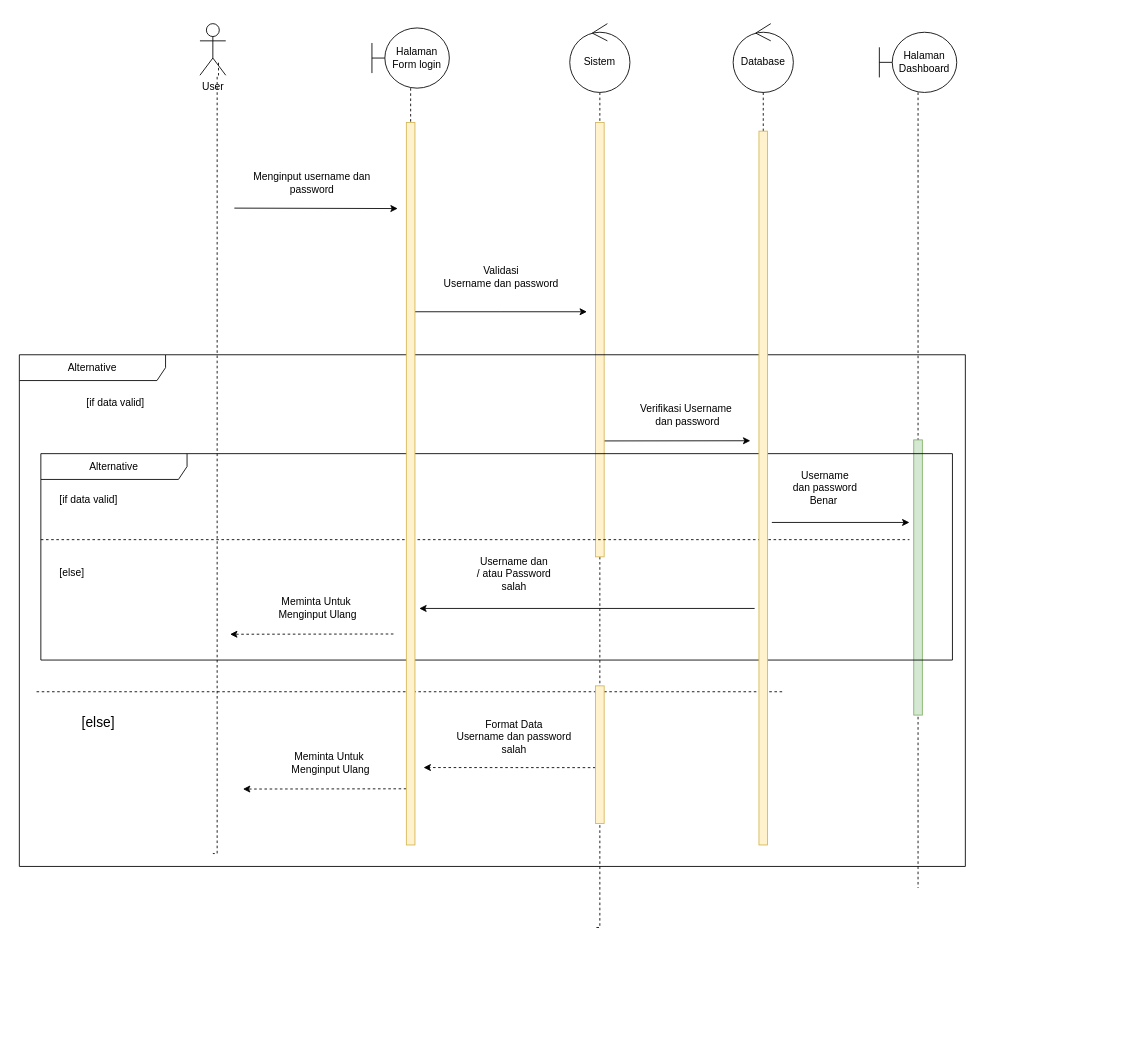
AriqFaridzki/SE-UTS-2023 keeps this draw.io diagram as page "Login" (9 of 31) of FIxed/Sequence Complete .drawio. Above is the earlier version. Source tidied: cells renumbered, new cells numbered last; positions are measured from the earlier drawing's top-left corner, leaving out a move shared by most shapes. Both pictures are drawn from the tidied source at 86%, with x=0, y=0 at pixel (19, 23).
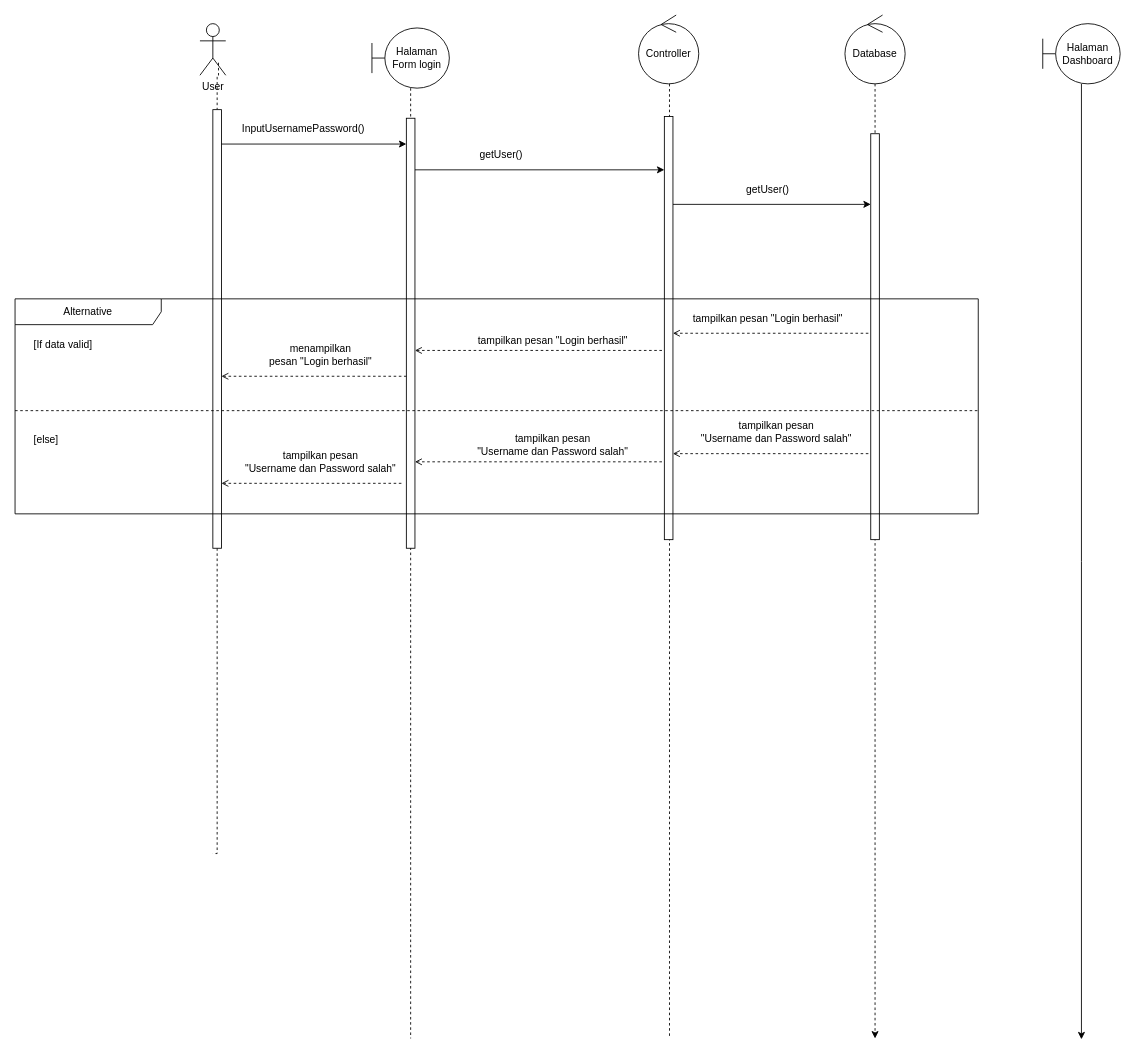
Above is the later version.

Unchanged cells that the change refers to:
```xml
<mxCell id="4" value="User" style="shape=umlActor;verticalLabelPosition=bottom;verticalAlign=top;html=1;" parent="1" vertex="1">
  <mxGeometry x="210" width="30" height="60" as="geometry" />
</mxCell>
<mxCell id="5" value="Halaman&lt;br&gt;Form login" style="shape=umlBoundary;whiteSpace=wrap;html=1;" parent="1" vertex="1">
  <mxGeometry x="410" y="5" width="90" height="70" as="geometry" />
</mxCell>
```

Diff of the diagram source:
```diff
@@
-    <mxCell id="2" style="edgeStyle=orthogonalEdgeStyle;rounded=0;jettySize=auto;html=1;endArrow=none;endFill=0;dashed=1;" parent="1" edge="1" source="6">
+    <mxCell id="2" style="edgeStyle=orthogonalEdgeStyle;rounded=0;jettySize=auto;html=1;endArrow=none;endFill=0;dashed=1;exitX=0.514;exitY=1;exitDx=0;exitDy=0;exitPerimeter=0;" parent="1" edge="1" source="6">
       <mxGeometry x="230" y="150" relative="1" as="geometry">
-        <mxPoint x="669" y="1051" as="targetPoint" />
+        <mxPoint x="756" y="1180" as="targetPoint" />
         <Array as="points">
-          <mxPoint x="675" y="1051" />
+          <mxPoint x="756" y="1131" />
         </Array>
       </mxGeometry>
     </mxCell>
-    <mxCell id="3" style="edgeStyle=orthogonalEdgeStyle;rounded=0;jettySize=auto;html=1;endArrow=none;endFill=0;dashed=1;exitX=0.719;exitY=0.757;exitDx=0;exitDy=0;exitPerimeter=0;" parent="1" edge="1" source="4">
+    <mxCell id="3" style="edgeStyle=orthogonalEdgeStyle;rounded=0;jettySize=auto;html=1;endArrow=none;endFill=0;dashed=1;exitX=0.719;exitY=0.757;exitDx=0;exitDy=0;exitPerimeter=0;" parent="1" edge="1" source="47">
       <mxGeometry relative="1" as="geometry">
         <mxPoint x="225" y="965" as="targetPoint" />
         <Array as="points">
-          <mxPoint x="232" y="60" />
-          <mxPoint x="230" y="60" />
           <mxPoint x="230" y="965" />
         </Array>
       </mxGeometry>
     </mxCell>
@@
+    <mxCell id="43" style="edgeStyle=orthogonalEdgeStyle;rounded=0;jettySize=auto;html=1;endArrow=none;endFill=0;dashed=1;" parent="1" edge="1" source="5">
+      <mxGeometry relative="1" as="geometry">
+        <mxPoint x="455" y="1180" as="targetPoint" />
+      </mxGeometry>
+    </mxCell>
@@
-    <mxCell id="6" value="Sistem" style="ellipse;shape=umlControl;whiteSpace=wrap;html=1;" parent="1" vertex="1">
-      <mxGeometry x="640" width="70" height="80" as="geometry" />
+    <mxCell id="6" value="Controller" style="ellipse;shape=umlControl;whiteSpace=wrap;html=1;" parent="1" vertex="1">
+      <mxGeometry x="720" y="-10" width="70" height="80" as="geometry" />
     </mxCell>
+    <mxCell id="44" style="edgeStyle=orthogonalEdgeStyle;rounded=0;jettySize=auto;html=1;dashed=1;" parent="1" edge="1" source="7">
+      <mxGeometry relative="1" as="geometry">
+        <mxPoint x="995" y="1180" as="targetPoint" />
+      </mxGeometry>
+    </mxCell>
     <mxCell id="7" value="Database" style="ellipse;shape=umlControl;whiteSpace=wrap;html=1;" parent="1" vertex="1">
-      <mxGeometry x="830" width="70" height="80" as="geometry" />
+      <mxGeometry x="960" y="-10" width="70" height="80" as="geometry" />
     </mxCell>
-    <mxCell id="8" style="edgeStyle=orthogonalEdgeStyle;rounded=0;jettySize=auto;html=1;endArrow=none;endFill=0;dashed=1;" parent="1" edge="1" source="9">
-      <mxGeometry relative="1" as="geometry">
-        <mxPoint x="1045" y="1005" as="targetPoint" />
-      </mxGeometry>
-    </mxCell>
+    <mxCell id="45" style="edgeStyle=orthogonalEdgeStyle;rounded=0;jettySize=auto;html=1;" parent="1" edge="1" source="9">
+      <mxGeometry relative="1" as="geometry">
+        <mxPoint x="1235" y="1181" as="targetPoint" />
+      </mxGeometry>
+    </mxCell>
     <mxCell id="9" value="Halaman&lt;br&gt;Dashboard" style="shape=umlBoundary;whiteSpace=wrap;html=1;" parent="1" vertex="1">
-      <mxGeometry x="1000" y="10" width="90" height="70" as="geometry" />
+      <mxGeometry x="1190" width="90" height="70" as="geometry" />
     </mxCell>
-    <mxCell id="10" style="edgeStyle=elbowEdgeStyle;rounded=0;orthogonalLoop=1;jettySize=auto;html=1;elbow=vertical;curved=0;" parent="1" edge="1">
-      <mxGeometry relative="1" as="geometry">
-        <mxPoint x="250" y="214.5" as="sourcePoint" />
-        <mxPoint x="440" y="215" as="targetPoint" />
-      </mxGeometry>
-    </mxCell>
-    <mxCell id="11" value="Menginput username dan &lt;br&gt;password" style="text;html=1;align=center;verticalAlign=middle;strokeColor=none;fillColor=none;" parent="1" vertex="1">
-      <mxGeometry x="260" y="165" width="160" height="40" as="geometry" />
-    </mxCell>
-    <mxCell id="12" value="Validasi &lt;br&gt;Username dan password" style="text;html=1;align=center;verticalAlign=middle;strokeColor=none;fillColor=none;" parent="1" vertex="1">
-      <mxGeometry x="480" y="275" width="160" height="40" as="geometry" />
-    </mxCell>
-    <mxCell id="13" style="edgeStyle=elbowEdgeStyle;rounded=0;jettySize=auto;html=1;elbow=vertical;curved=0;" parent="1" edge="1" source="42">
-      <mxGeometry relative="1" as="geometry">
-        <mxPoint x="660" y="335" as="targetPoint" />
-      </mxGeometry>
-    </mxCell>
-    <mxCell id="14" style="edgeStyle=elbowEdgeStyle;rounded=0;orthogonalLoop=1;jettySize=auto;html=1;elbow=vertical;curved=0;" parent="1" edge="1">
-      <mxGeometry relative="1" as="geometry">
-        <mxPoint x="680" y="485.2" as="sourcePoint" />
-        <mxPoint x="850" y="485.6" as="targetPoint" />
-      </mxGeometry>
-    </mxCell>
-    <mxCell id="15" style="html=1;perimeter=orthogonalPerimeter;targetShapes=umlLifeline;newEdgeStyle={&quot;edgeStyle&quot;:&quot;elbowEdgeStyle&quot;,&quot;elbow&quot;:&quot;vertical&quot;,&quot;curved&quot;:0,&quot;rounded&quot;:0};fillColor=#fff2cc;strokeColor=#d6b656;" parent="1" vertex="1">
-      <mxGeometry x="670" y="115" width="10" height="505" as="geometry" />
-    </mxCell>
-    <mxCell id="16" style="html=1;perimeter=orthogonalPerimeter;targetShapes=umlLifeline;newEdgeStyle={&quot;edgeStyle&quot;:&quot;elbowEdgeStyle&quot;,&quot;elbow&quot;:&quot;vertical&quot;,&quot;curved&quot;:0,&quot;rounded&quot;:0};fillColor=#d5e8d4;strokeColor=#82b366;" parent="1" vertex="1">
-      <mxGeometry x="1040" y="484" width="10" height="320" as="geometry" />
-    </mxCell>
-    <mxCell id="17" value="Alternative" style="shape=umlFrame;whiteSpace=wrap;html=1;width=170;" parent="1" vertex="1">
-      <mxGeometry x="25" y="500" width="1060" height="240" as="geometry" />
-    </mxCell>
-    <mxCell id="18" value="[if data valid]" style="text;html=1;" parent="17" vertex="1">
-      <mxGeometry width="100" height="20" relative="1" as="geometry">
-        <mxPoint x="20" y="40" as="offset" />
-      </mxGeometry>
-    </mxCell>
+    <mxCell id="46" style="edgeStyle=orthogonalEdgeStyle;rounded=0;jettySize=auto;html=1;endArrow=none;endFill=0;dashed=1;exitX=0.719;exitY=0.757;exitDx=0;exitDy=0;exitPerimeter=0;" parent="1" edge="1" source="4" target="47">
+      <mxGeometry relative="1" as="geometry">
+        <Array as="points">
+          <mxPoint x="232" y="60" />
+          <mxPoint x="230" y="60" />
+        </Array>
+      </mxGeometry>
+    </mxCell>
+    <mxCell id="47" style="html=1;points=[];perimeter=orthogonalPerimeter;outlineConnect=0;targetShapes=umlLifeline;portConstraint=eastwest;newEdgeStyle={&quot;edgeStyle&quot;:&quot;elbowEdgeStyle&quot;,&quot;elbow&quot;:&quot;vertical&quot;,&quot;curved&quot;:0,&quot;rounded&quot;:0};" parent="1" vertex="1">
+      <mxGeometry x="225" y="100" width="10" height="510" as="geometry" />
+    </mxCell>
+    <mxCell id="48" style="endArrow=classic;html=1;rounded=0;entryX=0;entryY=0.06;entryDx=0;entryDy=0;entryPerimeter=0;" parent="1" edge="1" source="47" target="54">
+      <mxGeometry relative="1" as="geometry" />
+    </mxCell>
+    <mxCell id="49" value="InputUsernamePassword()" style="text;html=1;align=center;verticalAlign=middle;strokeColor=none;fillColor=none;" parent="1" vertex="1">
+      <mxGeometry x="245" y="108" width="170" height="30" as="geometry" />
+    </mxCell>
+    <mxCell id="50" style="endArrow=classic;html=1;rounded=0;entryX=0;entryY=0.126;entryDx=0;entryDy=0;entryPerimeter=0;" parent="1" edge="1" source="54" target="55">
+      <mxGeometry relative="1" as="geometry" />
+    </mxCell>
+    <mxCell id="51" value="getUser()" style="text;html=1;align=center;verticalAlign=middle;strokeColor=none;fillColor=none;" parent="1" vertex="1">
+      <mxGeometry x="525" y="138" width="70" height="30" as="geometry" />
+    </mxCell>
+    <mxCell id="52" style="endArrow=classic;html=1;rounded=0;entryX=0;entryY=0.174;entryDx=0;entryDy=0;entryPerimeter=0;" parent="1" edge="1" source="55" target="56">
+      <mxGeometry relative="1" as="geometry" />
+    </mxCell>
+    <mxCell id="53" value="getUser()" style="text;html=1;align=center;verticalAlign=middle;strokeColor=none;fillColor=none;" parent="1" vertex="1">
+      <mxGeometry x="835" y="178" width="70" height="30" as="geometry" />
+    </mxCell>
+    <mxCell id="54" style="html=1;points=[];perimeter=orthogonalPerimeter;outlineConnect=0;targetShapes=umlLifeline;portConstraint=eastwest;newEdgeStyle={&quot;edgeStyle&quot;:&quot;elbowEdgeStyle&quot;,&quot;elbow&quot;:&quot;vertical&quot;,&quot;curved&quot;:0,&quot;rounded&quot;:0};" parent="1" vertex="1">
+      <mxGeometry x="450" y="110" width="10" height="500" as="geometry" />
+    </mxCell>
+    <mxCell id="55" style="html=1;points=[];perimeter=orthogonalPerimeter;outlineConnect=0;targetShapes=umlLifeline;portConstraint=eastwest;newEdgeStyle={&quot;edgeStyle&quot;:&quot;elbowEdgeStyle&quot;,&quot;elbow&quot;:&quot;vertical&quot;,&quot;curved&quot;:0,&quot;rounded&quot;:0};" parent="1" vertex="1">
+      <mxGeometry x="750" y="108" width="10" height="492" as="geometry" />
+    </mxCell>
+    <mxCell id="56" style="html=1;points=[];perimeter=orthogonalPerimeter;outlineConnect=0;targetShapes=umlLifeline;portConstraint=eastwest;newEdgeStyle={&quot;edgeStyle&quot;:&quot;elbowEdgeStyle&quot;,&quot;elbow&quot;:&quot;vertical&quot;,&quot;curved&quot;:0,&quot;rounded&quot;:0};" parent="1" vertex="1">
+      <mxGeometry x="990" y="128" width="10" height="472" as="geometry" />
+    </mxCell>
+    <mxCell id="57" style="group;" parent="1" vertex="1">
+      <mxGeometry x="-5" y="320" width="1120" height="250" as="geometry" />
+    </mxCell>
+    <mxCell id="58" value="Alternative" style="shape=umlFrame;whiteSpace=wrap;html=1;width=170;" parent="57" vertex="1">
+      <mxGeometry width="1120" height="250" as="geometry" />
+    </mxCell>
+    <mxCell id="59" value="[If data valid]" style="text;html=1;" parent="58" vertex="1">
+      <mxGeometry width="100" height="20" relative="1" as="geometry">
+        <mxPoint x="20" y="40" as="offset" />
+      </mxGeometry>
+    </mxCell>
-    <mxCell id="19" value="[else]" style="line;strokeWidth=1;dashed=1;labelPosition=center;verticalLabelPosition=bottom;align=left;verticalAlign=top;spacingLeft=20;spacingTop=15;html=1;whiteSpace=wrap;" parent="17" vertex="1">
-      <mxGeometry y="90" width="1010" height="20" as="geometry" />
+    <mxCell id="19" value="[else]" style="line;strokeWidth=1;dashed=1;labelPosition=center;verticalLabelPosition=bottom;align=left;verticalAlign=top;spacingLeft=20;spacingTop=15;html=1;whiteSpace=wrap;" parent="58" vertex="1">
+      <mxGeometry y="125" width="1120" height="10" as="geometry" />
     </mxCell>
-    <mxCell id="20" value="&lt;div&gt;&amp;nbsp;Username&lt;/div&gt;&lt;div&gt;&amp;nbsp;dan password&lt;br&gt;Benar &lt;br&gt;&lt;/div&gt;" style="text;html=1;align=center;verticalAlign=middle;strokeColor=none;fillColor=none;" parent="17" vertex="1">
-      <mxGeometry x="860" y="10" width="100" height="60" as="geometry" />
-    </mxCell>
-    <mxCell id="21" style="edgeStyle=elbowEdgeStyle;rounded=0;orthogonalLoop=1;jettySize=auto;html=1;elbow=vertical;curved=0;" parent="17" edge="1">
-      <mxGeometry relative="1" as="geometry">
-        <mxPoint x="830" y="180" as="sourcePoint" />
-        <mxPoint x="440" y="180.3" as="targetPoint" />
-      </mxGeometry>
-    </mxCell>
-    <mxCell id="22" style="edgeStyle=orthogonalEdgeStyle;rounded=0;jettySize=auto;html=1;endArrow=none;endFill=0;dashed=1;" parent="17" edge="1" source="5">
-      <mxGeometry x="230" y="150" relative="1" as="geometry">
-        <mxPoint x="430" y="300" as="targetPoint" />
-      </mxGeometry>
-    </mxCell>
-    <mxCell id="23" value="Username dan &lt;br&gt;/ atau Password&lt;br&gt;salah" style="text;html=1;align=center;verticalAlign=middle;strokeColor=none;fillColor=none;" parent="17" vertex="1">
-      <mxGeometry x="495" y="110" width="110" height="60" as="geometry" />
-    </mxCell>
-    <mxCell id="24" style="group;dashed=1;" parent="17" vertex="1">
-      <mxGeometry x="220" y="160" width="190" height="50" as="geometry" />
-    </mxCell>
-    <mxCell id="25" style="edgeStyle=elbowEdgeStyle;rounded=0;orthogonalLoop=1;jettySize=auto;html=1;elbow=vertical;curved=0;dashed=1;" parent="24" edge="1">
-      <mxGeometry relative="1" as="geometry">
-        <mxPoint x="190" y="49.7" as="sourcePoint" />
-        <mxPoint y="50" as="targetPoint" />
-      </mxGeometry>
-    </mxCell>
-    <mxCell id="26" value="&lt;div&gt;Meminta Untuk&lt;/div&gt;&lt;div&gt;&amp;nbsp;Menginput Ulang&lt;/div&gt;" style="text;html=1;align=center;verticalAlign=middle;strokeColor=none;fillColor=none;" parent="24" vertex="1">
-      <mxGeometry x="40" width="120" height="40" as="geometry" />
-    </mxCell>
-    <mxCell id="27" style="edgeStyle=elbowEdgeStyle;rounded=0;orthogonalLoop=1;jettySize=auto;html=1;elbow=vertical;curved=0;" parent="17" edge="1">
-      <mxGeometry relative="1" as="geometry">
-        <mxPoint x="850" y="80" as="sourcePoint" />
-        <mxPoint x="1010" y="80.3" as="targetPoint" />
-      </mxGeometry>
-    </mxCell>
-    <mxCell id="28" value="&lt;div&gt;Verifikasi Username&lt;/div&gt;&lt;div&gt;&amp;nbsp;dan password&lt;/div&gt;" style="text;html=1;align=center;verticalAlign=middle;strokeColor=none;fillColor=none;" parent="1" vertex="1">
-      <mxGeometry x="710" y="435" width="130" height="40" as="geometry" />
-    </mxCell>
-    <mxCell id="29" value="Alternative" style="shape=umlFrame;whiteSpace=wrap;html=1;width=170;" parent="1" vertex="1">
-      <mxGeometry y="385" width="1100" height="595" as="geometry" />
-    </mxCell>
-    <mxCell id="30" value="[if data valid]" style="text;html=1;strokeColor=none;fillColor=none;align=center;verticalAlign=middle;whiteSpace=wrap;rounded=0;" parent="1" vertex="1">
-      <mxGeometry x="60" y="425" width="103.8" height="32.5" as="geometry" />
-    </mxCell>
-    <mxCell id="31" style="line;strokeWidth=1;dashed=1;labelPosition=center;verticalLabelPosition=bottom;align=left;verticalAlign=top;spacingLeft=20;spacingTop=15;html=1;whiteSpace=wrap;" parent="1" vertex="1">
-      <mxGeometry x="20" y="766" width="870" height="21.7" as="geometry" />
-    </mxCell>
-    <mxCell id="32" value="[else]" style="text;html=1;strokeColor=none;fillColor=none;align=center;verticalAlign=middle;whiteSpace=wrap;rounded=0;fontSize=16;" parent="1" vertex="1">
-      <mxGeometry x="40" y="796.2" width="103.8" height="32.5" as="geometry" />
-    </mxCell>
-    <mxCell id="33" style="edgeStyle=orthogonalEdgeStyle;rounded=0;jettySize=auto;html=1;endArrow=none;endFill=0;dashed=1;" parent="1" edge="1" source="7" target="34">
-      <mxGeometry relative="1" as="geometry">
-        <Array as="points">
-          <mxPoint x="865" y="215" />
-          <mxPoint x="865" y="215" />
-        </Array>
-      </mxGeometry>
-    </mxCell>
-    <mxCell id="34" style="html=1;points=[];perimeter=orthogonalPerimeter;outlineConnect=0;targetShapes=umlLifeline;portConstraint=eastwest;newEdgeStyle={&quot;edgeStyle&quot;:&quot;elbowEdgeStyle&quot;,&quot;elbow&quot;:&quot;vertical&quot;,&quot;curved&quot;:0,&quot;rounded&quot;:0};fillColor=#fff2cc;strokeColor=#d6b656;" parent="1" vertex="1">
-      <mxGeometry x="860" y="125" width="10" height="830" as="geometry" />
-    </mxCell>
-    <mxCell id="35" style="group;" parent="1" vertex="1">
-      <mxGeometry x="470" y="800" width="210" height="130" as="geometry" />
-    </mxCell>
-    <mxCell id="36" style="edgeStyle=elbowEdgeStyle;rounded=0;orthogonalLoop=1;jettySize=auto;html=1;elbow=vertical;curved=0;dashed=1;" parent="35" edge="1">
-      <mxGeometry relative="1" as="geometry">
-        <mxPoint x="200" y="65.1" as="sourcePoint" />
-        <mxPoint y="65" as="targetPoint" />
-      </mxGeometry>
-    </mxCell>
-    <mxCell id="37" value="Format Data&lt;br&gt;Username dan password&lt;br&gt;salah" style="text;html=1;align=center;verticalAlign=middle;strokeColor=none;fillColor=none;" parent="35" vertex="1">
-      <mxGeometry x="25" width="160" height="60" as="geometry" />
-    </mxCell>
-    <mxCell id="38" style="html=1;perimeter=orthogonalPerimeter;targetShapes=umlLifeline;newEdgeStyle={&quot;edgeStyle&quot;:&quot;elbowEdgeStyle&quot;,&quot;elbow&quot;:&quot;vertical&quot;,&quot;curved&quot;:0,&quot;rounded&quot;:0};fillColor=#fff2cc;strokeColor=#d6b656;" parent="35" vertex="1">
-      <mxGeometry x="200" y="-30" width="10" height="160" as="geometry" />
-    </mxCell>
-    <mxCell id="39" style="group;dashed=1;" parent="1" vertex="1">
-      <mxGeometry x="260" y="840" width="190" height="50" as="geometry" />
-    </mxCell>
-    <mxCell id="40" style="edgeStyle=elbowEdgeStyle;rounded=0;orthogonalLoop=1;jettySize=auto;html=1;elbow=vertical;curved=0;dashed=1;" parent="39" edge="1">
-      <mxGeometry relative="1" as="geometry">
-        <mxPoint x="190" y="49.7" as="sourcePoint" />
-        <mxPoint y="50" as="targetPoint" />
-      </mxGeometry>
-    </mxCell>
-    <mxCell id="41" value="&lt;div&gt;Meminta Untuk&lt;/div&gt;&lt;div&gt;&amp;nbsp;Menginput Ulang&lt;/div&gt;" style="text;html=1;align=center;verticalAlign=middle;strokeColor=none;fillColor=none;" parent="39" vertex="1">
-      <mxGeometry x="40" width="120" height="40" as="geometry" />
-    </mxCell>
-    <mxCell id="42" style="html=1;points=[];perimeter=orthogonalPerimeter;outlineConnect=0;targetShapes=umlLifeline;portConstraint=eastwest;newEdgeStyle={&quot;edgeStyle&quot;:&quot;elbowEdgeStyle&quot;,&quot;elbow&quot;:&quot;vertical&quot;,&quot;curved&quot;:0,&quot;rounded&quot;:0};fillColor=#fff2cc;strokeColor=#d6b656;" parent="1" vertex="1">
-      <mxGeometry x="450" y="115" width="10" height="840" as="geometry" />
-    </mxCell>
+    <mxCell id="60" value="tampilkan pesan &quot;Login berhasil&quot;" style="text;html=1;align=center;verticalAlign=middle;strokeColor=none;fillColor=none;" parent="58" vertex="1">
+      <mxGeometry x="525" y="34" width="200" height="30" as="geometry" />
+    </mxCell>
+    <mxCell id="61" value="menampilkan &lt;br&gt;pesan &quot;Login berhasil&quot;" style="text;html=1;align=center;verticalAlign=middle;strokeColor=none;fillColor=none;" parent="58" vertex="1">
+      <mxGeometry x="285" y="45" width="140" height="40" as="geometry" />
+    </mxCell>
+    <mxCell id="62" value="tampilkan pesan&lt;br&gt;&quot;Username dan Password salah&quot;" style="text;html=1;align=center;verticalAlign=middle;strokeColor=none;fillColor=none;" parent="58" vertex="1">
+      <mxGeometry x="785" y="135" width="200" height="40" as="geometry" />
+    </mxCell>
+    <mxCell id="63" value="tampilkan pesan&lt;br&gt;&quot;Username dan Password salah&quot;" style="text;html=1;align=center;verticalAlign=middle;strokeColor=none;fillColor=none;" parent="58" vertex="1">
+      <mxGeometry x="525" y="150" width="200" height="40" as="geometry" />
+    </mxCell>
+    <mxCell id="64" value="tampilkan pesan&lt;br&gt;&quot;Username dan Password salah&quot;" style="text;html=1;align=center;verticalAlign=middle;strokeColor=none;fillColor=none;" parent="58" vertex="1">
+      <mxGeometry x="255" y="170" width="200" height="40" as="geometry" />
+    </mxCell>
+    <mxCell id="65" style="endArrow=none;html=1;rounded=0;startArrow=open;startFill=0;endFill=0;dashed=1;entryX=0;entryY=0.767;entryDx=0;entryDy=0;entryPerimeter=0;" parent="58" edge="1">
+      <mxGeometry relative="1" as="geometry">
+        <mxPoint x="765" y="180" as="sourcePoint" />
+        <mxPoint x="995" y="180" as="targetPoint" />
+      </mxGeometry>
+    </mxCell>
+    <mxCell id="66" style="endArrow=none;html=1;rounded=0;startArrow=open;startFill=0;endFill=0;dashed=1;" parent="58" edge="1">
+      <mxGeometry relative="1" as="geometry">
+        <mxPoint x="465" y="189.5" as="sourcePoint" />
+        <mxPoint x="755" y="189.5" as="targetPoint" />
+      </mxGeometry>
+    </mxCell>
+    <mxCell id="67" style="endArrow=none;html=1;rounded=0;startArrow=open;startFill=0;endFill=0;dashed=1;" parent="58" edge="1">
+      <mxGeometry relative="1" as="geometry">
+        <mxPoint x="465" y="60" as="sourcePoint" />
+        <mxPoint x="755" y="60" as="targetPoint" />
+      </mxGeometry>
+    </mxCell>
+    <mxCell id="68" value="tampilkan pesan &quot;Login berhasil&quot;" style="text;html=1;align=center;verticalAlign=middle;strokeColor=none;fillColor=none;" parent="57" vertex="1">
+      <mxGeometry x="775" y="8" width="200" height="30" as="geometry" />
+    </mxCell>
+    <mxCell id="69" style="endArrow=none;html=1;rounded=0;startArrow=open;startFill=0;endFill=0;dashed=1;" parent="1" edge="1" source="55" target="56">
+      <mxGeometry relative="1" as="geometry">
+        <Array as="points">
+          <mxPoint x="880" y="360" />
+        </Array>
+      </mxGeometry>
+    </mxCell>
+    <mxCell id="70" style="endArrow=none;html=1;rounded=0;startArrow=open;startFill=0;endFill=0;dashed=1;entryX=0;entryY=0.6;entryDx=0;entryDy=0;entryPerimeter=0;" parent="1" edge="1" source="47" target="54">
+      <mxGeometry relative="1" as="geometry" />
+    </mxCell>
+    <mxCell id="71" style="endArrow=none;html=1;rounded=0;startArrow=open;startFill=0;endFill=0;dashed=1;entryX=-0.3;entryY=0.849;entryDx=0;entryDy=0;entryPerimeter=0;" parent="1" edge="1" source="47" target="54">
+      <mxGeometry relative="1" as="geometry" />
+    </mxCell>
```
